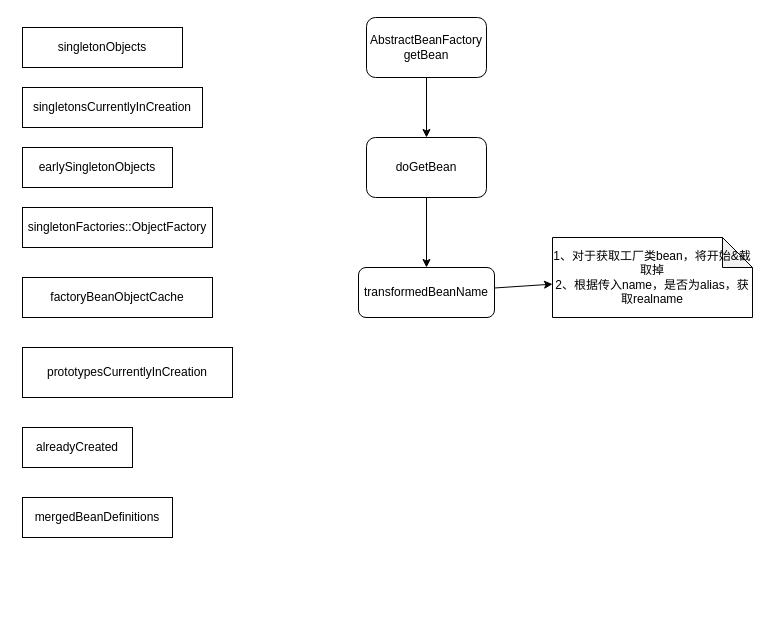
Earlier version of the draw.io diagram spring/spring_bean_init.drawio (hell0wxw/WNote). Source tidied: cells renumbered, new cells numbered last; positions are measured from the earlier drawing's top-left corner, leaving out a move shared by most shapes. Both pictures are drawn from the tidied source at 100%, with x=0, y=0 at pixel (22, 17).
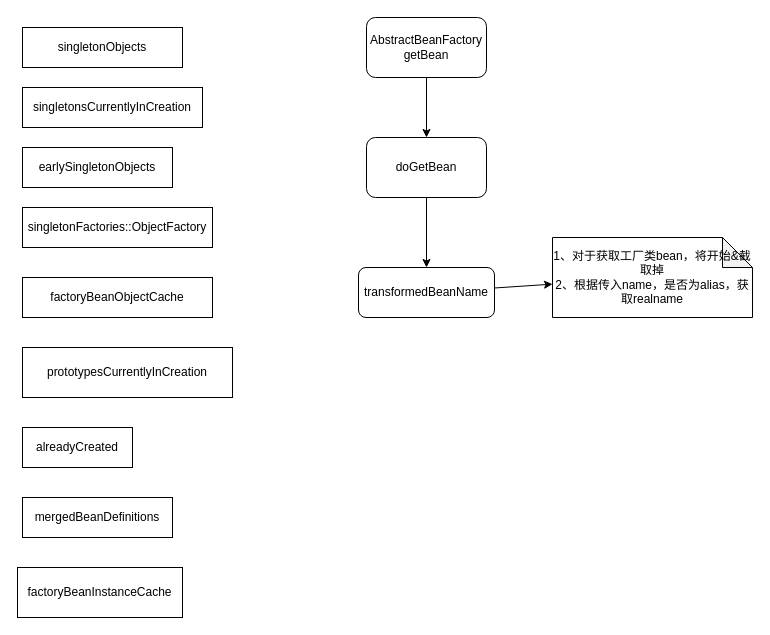
Above is the later version.

Commit message:
spring bean init process

Diff of the diagram source:
```diff
@@
 <mxGraphModel>
   <root>
     <mxCell id="0" />
     <mxCell id="1" parent="0" />
     <mxCell id="2" style="edgeStyle=none;html=1;" parent="1" edge="1" source="3" target="5">
       <mxGeometry relative="1" as="geometry" />
     </mxCell>
     <mxCell id="3" value="AbstractBeanFactory&lt;br&gt;getBean" style="rounded=1;whiteSpace=wrap;html=1;" parent="1" vertex="1">
       <mxGeometry x="344" width="120" height="60" as="geometry" />
     </mxCell>
     <mxCell id="4" style="edgeStyle=none;html=1;" parent="1" edge="1" source="5" target="7">
       <mxGeometry relative="1" as="geometry" />
     </mxCell>
     <mxCell id="5" value="doGetBean" style="whiteSpace=wrap;html=1;rounded=1;" parent="1" vertex="1">
       <mxGeometry x="344" y="120" width="120" height="60" as="geometry" />
     </mxCell>
     <mxCell id="6" style="edgeStyle=none;html=1;" parent="1" edge="1" source="7" target="8">
       <mxGeometry relative="1" as="geometry" />
     </mxCell>
     <mxCell id="7" value="transformedBeanName" style="whiteSpace=wrap;html=1;rounded=1;" parent="1" vertex="1">
       <mxGeometry x="336" y="250" width="136" height="50" as="geometry" />
     </mxCell>
     <mxCell id="8" value="1、对于获取工厂类bean，将开始&amp;amp;截取掉&lt;br&gt;2、根据传入name，是否为alias，获取realname" style="shape=note;whiteSpace=wrap;html=1;backgroundOutline=1;darkOpacity=0.05;" parent="1" vertex="1">
       <mxGeometry x="530" y="220" width="200" height="80" as="geometry" />
     </mxCell>
     <mxCell id="9" value="singletonObjects" style="rounded=0;whiteSpace=wrap;html=1;" parent="1" vertex="1">
       <mxGeometry y="10" width="160" height="40" as="geometry" />
     </mxCell>
     <mxCell id="10" value="singletonsCurrentlyInCreation" style="rounded=0;whiteSpace=wrap;html=1;" parent="1" vertex="1">
       <mxGeometry y="70" width="180" height="40" as="geometry" />
     </mxCell>
     <mxCell id="11" value="earlySingletonObjects" style="rounded=0;whiteSpace=wrap;html=1;" parent="1" vertex="1">
       <mxGeometry y="130" width="150" height="40" as="geometry" />
     </mxCell>
     <mxCell id="12" value="singletonFactories::ObjectFactory" style="rounded=0;whiteSpace=wrap;html=1;" parent="1" vertex="1">
       <mxGeometry y="190" width="190" height="40" as="geometry" />
     </mxCell>
     <mxCell id="13" value="factoryBeanObjectCache" style="rounded=0;whiteSpace=wrap;html=1;" parent="1" vertex="1">
       <mxGeometry y="260" width="190" height="40" as="geometry" />
     </mxCell>
     <mxCell id="14" value="prototypesCurrentlyInCreation" style="rounded=0;whiteSpace=wrap;html=1;" parent="1" vertex="1">
       <mxGeometry y="330" width="210" height="50" as="geometry" />
     </mxCell>
     <mxCell id="15" value="alreadyCreated" style="rounded=0;whiteSpace=wrap;html=1;" parent="1" vertex="1">
       <mxGeometry y="410" width="110" height="40" as="geometry" />
     </mxCell>
     <mxCell id="16" value="mergedBeanDefinitions" style="rounded=0;whiteSpace=wrap;html=1;" parent="1" vertex="1">
       <mxGeometry y="480" width="150" height="40" as="geometry" />
     </mxCell>
+    <mxCell id="17" value="factoryBeanInstanceCache" style="rounded=0;whiteSpace=wrap;html=1;" parent="1" vertex="1">
+      <mxGeometry x="-5" y="550" width="165" height="50" as="geometry" />
+    </mxCell>
   </root>
 </mxGraphModel>
```
